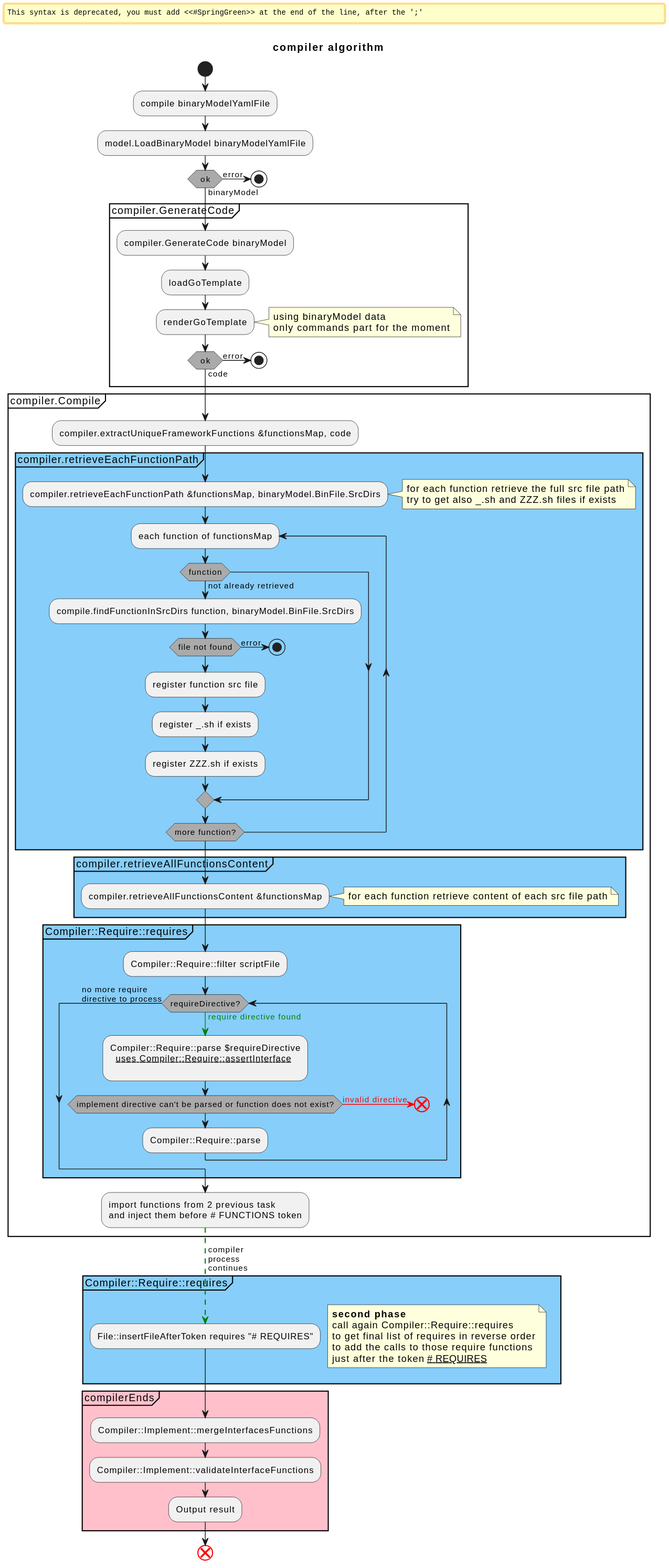
This is content/docs/assets/compilerActivityDiagram.svg from fchastanet/bash-compiler, a PlantUML export, as it was before one commit. Its source is kept beside it as content/docs/assets/compilerActivityDiagram.puml.
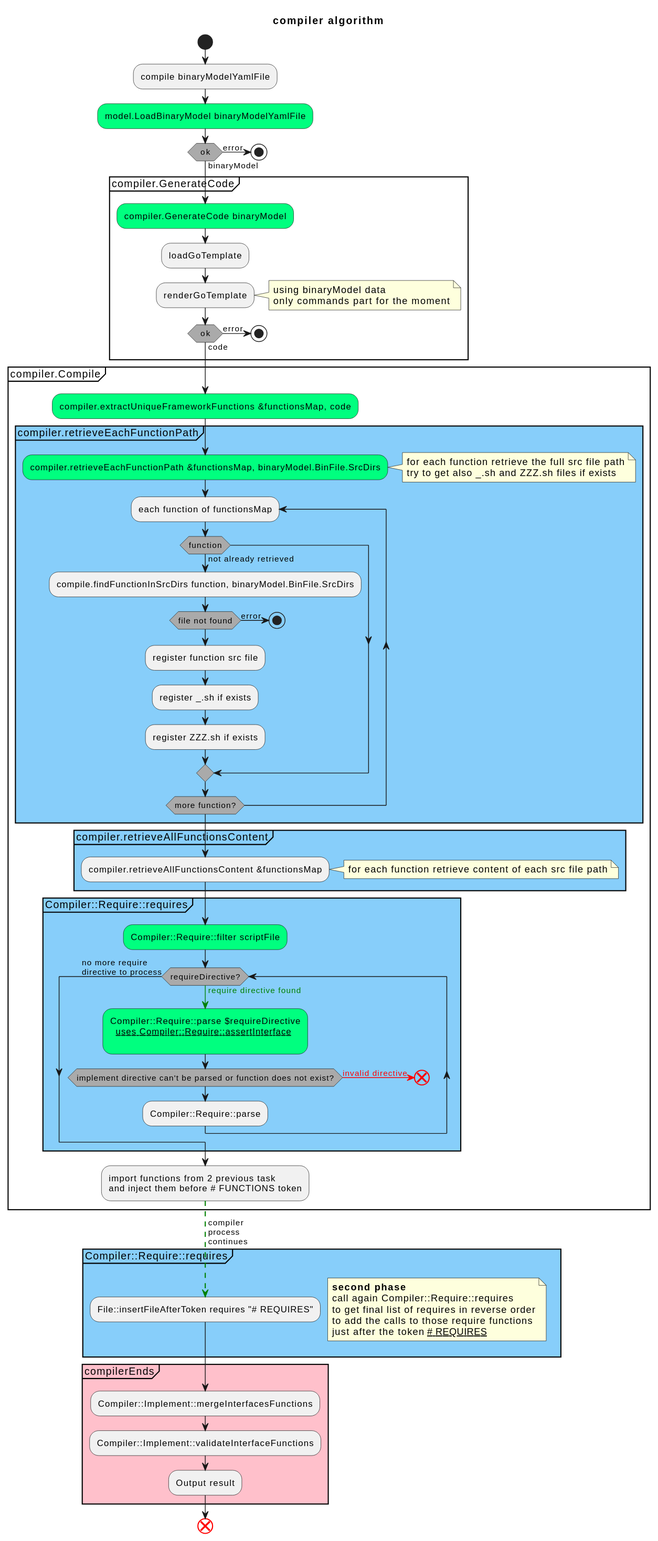
Later version of the same file.

Change to the diagram source:
```diff
@@ -9,7 +9,7 @@
 
 :compile binaryModelYamlFile;
 
-#SpringGreen:model.LoadBinaryModel binaryModelYamlFile;
+:model.LoadBinaryModel binaryModelYamlFile; <<#SpringGreen>>
 
 if (ok) then (binaryModel)
 else (error)
@@ -18,7 +18,7 @@
 
 partition "compiler.GenerateCode" {
 
-  #SpringGreen:compiler.GenerateCode binaryModel;
+  :compiler.GenerateCode binaryModel; <<#SpringGreen>>
 
   :loadGoTemplate;
 
@@ -37,10 +37,10 @@
 
 partition "compiler.Compile" {
 
-  :compiler.extractUniqueFrameworkFunctions &functionsMap, code;
+  :compiler.extractUniqueFrameworkFunctions &functionsMap, code; <<#SpringGreen>>
 
   partition "compiler.retrieveEachFunctionPath" #LightSkyBlue {
-    :compiler.retrieveEachFunctionPath &functionsMap, binaryModel.BinFile.SrcDirs;
+    :compiler.retrieveEachFunctionPath &functionsMap, binaryModel.BinFile.SrcDirs; <<#SpringGreen>>
     note right
       for each function retrieve the full src file path
       try to get also _.sh and ZZZ.sh files if exists
@@ -68,12 +68,12 @@
 
   partition "Compiler::Require::requires" #LightSkyBlue {
 
-    #SpringGreen:Compiler::Require::filter scriptFile;
+    :Compiler::Require::filter scriptFile; <<#SpringGreen>>
     while (requireDirective?) is (<color:green>require directive found)
       -[#green]->
-      #SpringGreen:Compiler::Require::parse $requireDirective
+      :Compiler::Require::parse $requireDirective
         ~~uses Compiler::Require::assertInterface~~
-      ;
+      ;<<#SpringGreen>>
       if (implement directive can't be parsed or function does not exist?) is (<color:red>invalid directive) then
         -[#red]->
         end
```
